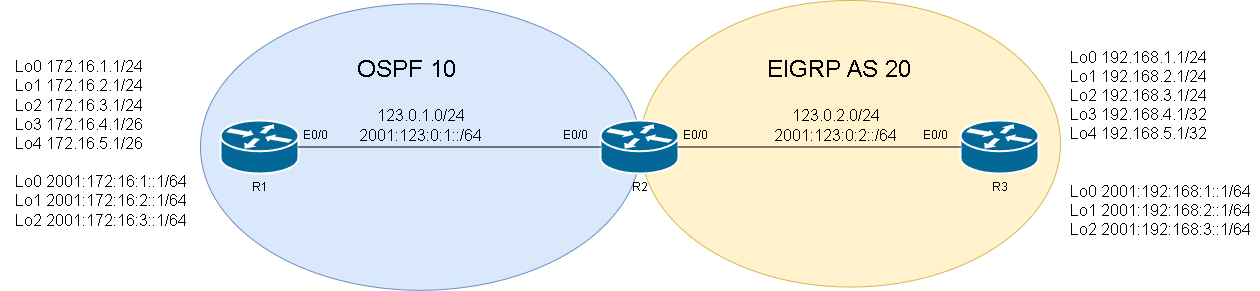
Above: Equipment-operation/Cisco/Router/OSPF/Image/Route filter.png in Lai920123/Network-Engineering-Tutorials (draw.io), before the change. Source tidied: cells renumbered, new cells last; positions are measured from the earlier drawing's top-left corner, leaving out a move shared by most shapes. The source it was exported from:
```xml
<mxGraphModel>
  <root>
    <mxCell id="0" />
    <mxCell id="1" parent="0" />
    <mxCell id="2" style="ellipse;whiteSpace=wrap;html=1;fillColor=#fff2cc;strokeColor=#d6b656;" parent="1" vertex="1">
      <mxGeometry x="640" width="420" height="286.5" as="geometry" />
    </mxCell>
    <mxCell id="3" style="ellipse;whiteSpace=wrap;html=1;fillColor=#dae8fc;strokeColor=#6c8ebf;" parent="1" vertex="1">
      <mxGeometry x="200" y="3.2" width="440" height="286.5" as="geometry" />
    </mxCell>
    <mxCell id="4" value="R2" style="shape=mxgraph.cisco.routers.router;sketch=0;html=1;dashed=0;fillColor=#036897;strokeColor=#ffffff;strokeWidth=2;verticalLabelPosition=bottom;verticalAlign=top;align=center;outlineConnect=0;" parent="1" vertex="1">
      <mxGeometry x="600" y="120" width="78" height="53" as="geometry" />
    </mxCell>
    <mxCell id="5" value="R3" style="shape=mxgraph.cisco.routers.router;sketch=0;html=1;dashed=0;fillColor=#036897;strokeColor=#ffffff;strokeWidth=2;verticalLabelPosition=bottom;verticalAlign=top;align=center;outlineConnect=0;" parent="1" vertex="1">
      <mxGeometry x="960" y="120" width="78" height="53" as="geometry" />
    </mxCell>
    <mxCell id="6" value="R1" style="shape=mxgraph.cisco.routers.router;sketch=0;html=1;dashed=0;fillColor=#036897;strokeColor=#ffffff;strokeWidth=2;verticalLabelPosition=bottom;verticalAlign=top;align=center;outlineConnect=0;" parent="1" vertex="1">
      <mxGeometry x="220" y="120" width="78" height="53" as="geometry" />
    </mxCell>
    <mxCell id="7" style="endArrow=none;html=1;rounded=0;exitX=1;exitY=0.5;exitDx=0;exitDy=0;exitPerimeter=0;entryX=0;entryY=0.5;entryDx=0;entryDy=0;entryPerimeter=0;" parent="1" edge="1" source="6" target="4">
      <mxGeometry relative="1" as="geometry" />
    </mxCell>
    <mxCell id="8" style="endArrow=none;html=1;rounded=0;exitX=1;exitY=0.5;exitDx=0;exitDy=0;exitPerimeter=0;entryX=0;entryY=0.5;entryDx=0;entryDy=0;entryPerimeter=0;" parent="1" edge="1" source="4" target="5">
      <mxGeometry relative="1" as="geometry" />
    </mxCell>
    <mxCell id="9" value="&lt;font style=&quot;font-size: 24px;&quot;&gt;OSPF 10&amp;nbsp;&lt;/font&gt;" style="text;html=1;align=left;verticalAlign=middle;strokeColor=none;fillColor=none;" parent="1" vertex="1">
      <mxGeometry x="355" y="50" width="130" height="40" as="geometry" />
    </mxCell>
    <mxCell id="10" value="&lt;font style=&quot;font-size: 24px;&quot;&gt;EIGRP AS 20&lt;/font&gt;" style="text;html=1;align=left;verticalAlign=middle;strokeColor=none;fillColor=none;" parent="1" vertex="1">
      <mxGeometry x="765" y="50" width="170" height="40" as="geometry" />
    </mxCell>
    <mxCell id="11" value="E0/0" style="text;html=1;align=center;verticalAlign=middle;strokeColor=none;fillColor=none;" parent="1" vertex="1">
      <mxGeometry x="290" y="120" width="50" height="30" as="geometry" />
    </mxCell>
    <mxCell id="12" value="E0/0" style="text;html=1;align=center;verticalAlign=middle;strokeColor=none;fillColor=none;" parent="1" vertex="1">
      <mxGeometry x="550" y="120" width="50" height="30" as="geometry" />
    </mxCell>
    <mxCell id="13" value="E0/0" style="text;html=1;align=center;verticalAlign=middle;strokeColor=none;fillColor=none;" parent="1" vertex="1">
      <mxGeometry x="670" y="120" width="50" height="30" as="geometry" />
    </mxCell>
    <mxCell id="14" value="E0/0" style="text;html=1;align=center;verticalAlign=middle;strokeColor=none;fillColor=none;" parent="1" vertex="1">
      <mxGeometry x="910" y="120" width="50" height="30" as="geometry" />
    </mxCell>
    <mxCell id="15" value="&lt;font style=&quot;font-size: 16px;&quot;&gt;123.0.1.0/24&lt;br&gt;2001:123:0:1::/64&lt;br&gt;&lt;/font&gt;" style="text;html=1;align=center;verticalAlign=middle;strokeColor=none;fillColor=none;" parent="1" vertex="1">
      <mxGeometry x="345" y="100" width="150" height="50" as="geometry" />
    </mxCell>
    <mxCell id="16" value="&lt;font style=&quot;font-size: 16px;&quot;&gt;123.0.2.0/24&lt;br&gt;2001:123:0:2::/64&lt;br&gt;&lt;/font&gt;" style="text;html=1;align=center;verticalAlign=middle;strokeColor=none;fillColor=none;" parent="1" vertex="1">
      <mxGeometry x="760" y="100" width="150" height="50" as="geometry" />
    </mxCell>
    <mxCell id="17" value="&lt;div style=&quot;text-align: left;&quot;&gt;&lt;span style=&quot;font-size: 16px; background-color: initial;&quot;&gt;Lo0 172.16.1.1/24&lt;/span&gt;&lt;/div&gt;&lt;font style=&quot;&quot;&gt;&lt;div style=&quot;font-size: 16px; text-align: left;&quot;&gt;&lt;span style=&quot;background-color: initial;&quot;&gt;Lo1 172.16.2.1/24&lt;/span&gt;&lt;/div&gt;&lt;div style=&quot;font-size: 16px; text-align: left;&quot;&gt;&lt;span style=&quot;background-color: initial;&quot;&gt;Lo2 172.16.3.1/24&lt;/span&gt;&lt;/div&gt;&lt;div style=&quot;font-size: 16px; text-align: left;&quot;&gt;&lt;div style=&quot;border-color: var(--border-color);&quot;&gt;Lo3 172.16.4.1/26&lt;/div&gt;&lt;div style=&quot;border-color: var(--border-color);&quot;&gt;&lt;span style=&quot;border-color: var(--border-color); background-color: initial;&quot;&gt;Lo4 172.16.5.1/26&lt;/span&gt;&lt;/div&gt;&lt;/div&gt;&lt;div style=&quot;text-align: left;&quot;&gt;&lt;span style=&quot;font-size: 16px;&quot;&gt;&lt;br&gt;&lt;/span&gt;&lt;/div&gt;&lt;span style=&quot;font-size: 16px;&quot;&gt;&lt;div style=&quot;text-align: left;&quot;&gt;&lt;span style=&quot;background-color: initial;&quot;&gt;Lo0 2001:172:16:1::1/64&lt;/span&gt;&lt;/div&gt;&lt;/span&gt;&lt;span style=&quot;font-size: 16px;&quot;&gt;&lt;div style=&quot;text-align: left;&quot;&gt;&lt;span style=&quot;background-color: initial;&quot;&gt;Lo1 2001:172:16:2::1/64&lt;/span&gt;&lt;/div&gt;&lt;/span&gt;&lt;span style=&quot;font-size: 16px;&quot;&gt;&lt;div style=&quot;text-align: left;&quot;&gt;&lt;span style=&quot;background-color: initial;&quot;&gt;Lo2 2001:172:16:3::1/64&lt;/span&gt;&lt;/div&gt;&lt;/span&gt;&lt;/font&gt;" style="text;html=1;align=center;verticalAlign=middle;strokeColor=none;fillColor=none;" parent="1" vertex="1">
      <mxGeometry y="48.2" width="200" height="190" as="geometry" />
    </mxCell>
    <mxCell id="18" value="&lt;div style=&quot;text-align: left;&quot;&gt;&lt;span style=&quot;font-size: 16px; background-color: initial;&quot;&gt;Lo0 192.168.1.1/24&lt;/span&gt;&lt;/div&gt;&lt;font style=&quot;&quot;&gt;&lt;div style=&quot;font-size: 16px; text-align: left;&quot;&gt;&lt;span style=&quot;background-color: initial;&quot;&gt;Lo1 192.168.2.1/24&lt;/span&gt;&lt;/div&gt;&lt;div style=&quot;font-size: 16px; text-align: left;&quot;&gt;&lt;span style=&quot;background-color: initial;&quot;&gt;Lo2 192.168.3.1/24&lt;/span&gt;&lt;/div&gt;&lt;div style=&quot;font-size: 16px; text-align: left;&quot;&gt;&lt;div style=&quot;border-color: var(--border-color);&quot;&gt;Lo3 192.168.4.1/32&lt;/div&gt;&lt;font style=&quot;border-color: var(--border-color);&quot;&gt;&lt;div style=&quot;border-color: var(--border-color);&quot;&gt;&lt;span style=&quot;border-color: var(--border-color); background-color: initial;&quot;&gt;Lo4 192.168.5.1/32&lt;/span&gt;&lt;/div&gt;&lt;div&gt;&lt;span style=&quot;border-color: var(--border-color); background-color: initial;&quot;&gt;&lt;br&gt;&lt;/span&gt;&lt;/div&gt;&lt;/font&gt;&lt;/div&gt;&lt;div style=&quot;text-align: left;&quot;&gt;&lt;span style=&quot;font-size: 16px;&quot;&gt;&lt;br&gt;&lt;/span&gt;&lt;/div&gt;&lt;span style=&quot;font-size: 16px;&quot;&gt;&lt;div style=&quot;text-align: left;&quot;&gt;&lt;span style=&quot;background-color: initial;&quot;&gt;Lo0 2001:192:168:1::1/64&lt;/span&gt;&lt;/div&gt;&lt;/span&gt;&lt;span style=&quot;font-size: 16px;&quot;&gt;&lt;div style=&quot;text-align: left;&quot;&gt;&lt;span style=&quot;background-color: initial;&quot;&gt;Lo1 2001:192:168:2::1/64&lt;/span&gt;&lt;/div&gt;&lt;/span&gt;&lt;span style=&quot;font-size: 16px;&quot;&gt;&lt;div style=&quot;text-align: left;&quot;&gt;&lt;span style=&quot;background-color: initial;&quot;&gt;Lo2 2001:192:168:3::1/64&lt;/span&gt;&lt;/div&gt;&lt;/span&gt;&lt;/font&gt;" style="text;html=1;align=center;verticalAlign=middle;strokeColor=none;fillColor=none;" parent="1" vertex="1">
      <mxGeometry x="1060" y="38.2" width="200" height="210" as="geometry" />
    </mxCell>
  </root>
</mxGraphModel>
```
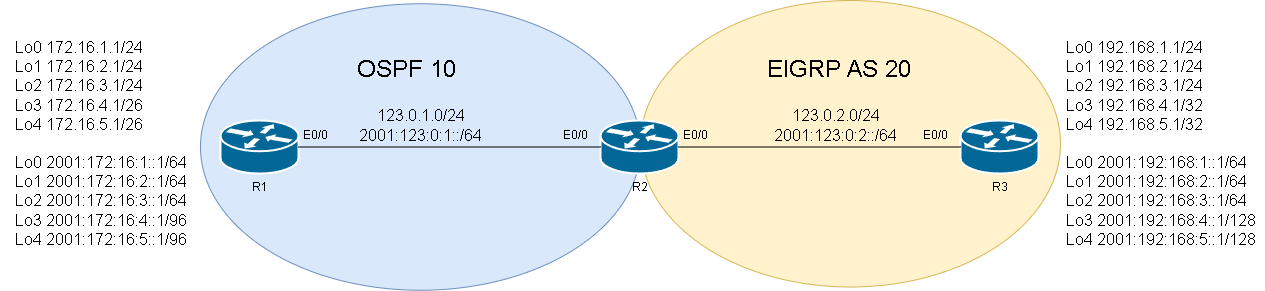
The same file after the commit.

The edit, as a diff of the source:
```diff
@@ -47,11 +47,11 @@
     <mxCell id="16" value="&lt;font style=&quot;font-size: 16px;&quot;&gt;123.0.2.0/24&lt;br&gt;2001:123:0:2::/64&lt;br&gt;&lt;/font&gt;" style="text;html=1;align=center;verticalAlign=middle;strokeColor=none;fillColor=none;" parent="1" vertex="1">
       <mxGeometry x="760" y="100" width="150" height="50" as="geometry" />
     </mxCell>
-    <mxCell id="17" value="&lt;div style=&quot;text-align: left;&quot;&gt;&lt;span style=&quot;font-size: 16px; background-color: initial;&quot;&gt;Lo0 172.16.1.1/24&lt;/span&gt;&lt;/div&gt;&lt;font style=&quot;&quot;&gt;&lt;div style=&quot;font-size: 16px; text-align: left;&quot;&gt;&lt;span style=&quot;background-color: initial;&quot;&gt;Lo1 172.16.2.1/24&lt;/span&gt;&lt;/div&gt;&lt;div style=&quot;font-size: 16px; text-align: left;&quot;&gt;&lt;span style=&quot;background-color: initial;&quot;&gt;Lo2 172.16.3.1/24&lt;/span&gt;&lt;/div&gt;&lt;div style=&quot;font-size: 16px; text-align: left;&quot;&gt;&lt;div style=&quot;border-color: var(--border-color);&quot;&gt;Lo3 172.16.4.1/26&lt;/div&gt;&lt;div style=&quot;border-color: var(--border-color);&quot;&gt;&lt;span style=&quot;border-color: var(--border-color); background-color: initial;&quot;&gt;Lo4 172.16.5.1/26&lt;/span&gt;&lt;/div&gt;&lt;/div&gt;&lt;div style=&quot;text-align: left;&quot;&gt;&lt;span style=&quot;font-size: 16px;&quot;&gt;&lt;br&gt;&lt;/span&gt;&lt;/div&gt;&lt;span style=&quot;font-size: 16px;&quot;&gt;&lt;div style=&quot;text-align: left;&quot;&gt;&lt;span style=&quot;background-color: initial;&quot;&gt;Lo0 2001:172:16:1::1/64&lt;/span&gt;&lt;/div&gt;&lt;/span&gt;&lt;span style=&quot;font-size: 16px;&quot;&gt;&lt;div style=&quot;text-align: left;&quot;&gt;&lt;span style=&quot;background-color: initial;&quot;&gt;Lo1 2001:172:16:2::1/64&lt;/span&gt;&lt;/div&gt;&lt;/span&gt;&lt;span style=&quot;font-size: 16px;&quot;&gt;&lt;div style=&quot;text-align: left;&quot;&gt;&lt;span style=&quot;background-color: initial;&quot;&gt;Lo2 2001:172:16:3::1/64&lt;/span&gt;&lt;/div&gt;&lt;/span&gt;&lt;/font&gt;" style="text;html=1;align=center;verticalAlign=middle;strokeColor=none;fillColor=none;" parent="1" vertex="1">
-      <mxGeometry y="48.2" width="200" height="190" as="geometry" />
+    <mxCell id="17" value="&lt;div style=&quot;text-align: left;&quot;&gt;&lt;span style=&quot;font-size: 16px; background-color: initial;&quot;&gt;Lo0 172.16.1.1/24&lt;/span&gt;&lt;/div&gt;&lt;font style=&quot;&quot;&gt;&lt;div style=&quot;font-size: 16px; text-align: left;&quot;&gt;&lt;span style=&quot;background-color: initial;&quot;&gt;Lo1 172.16.2.1/24&lt;/span&gt;&lt;/div&gt;&lt;div style=&quot;font-size: 16px; text-align: left;&quot;&gt;&lt;span style=&quot;background-color: initial;&quot;&gt;Lo2 172.16.3.1/24&lt;/span&gt;&lt;/div&gt;&lt;div style=&quot;text-align: left;&quot;&gt;&lt;span style=&quot;font-size: 16px;&quot;&gt;Lo3 172.16.4.1/26&amp;nbsp;&lt;/span&gt;&lt;/div&gt;&lt;div style=&quot;text-align: left;&quot;&gt;&lt;span style=&quot;font-size: 16px;&quot;&gt;Lo4 172.16.5.1/26&lt;/span&gt;&lt;/div&gt;&lt;div style=&quot;text-align: left;&quot;&gt;&lt;span style=&quot;font-size: 16px;&quot;&gt;&lt;br&gt;&lt;/span&gt;&lt;/div&gt;&lt;span style=&quot;font-size: 16px;&quot;&gt;&lt;div style=&quot;text-align: left;&quot;&gt;&lt;span style=&quot;background-color: initial;&quot;&gt;Lo0 2001:172:16:1::1/64&lt;/span&gt;&lt;/div&gt;&lt;/span&gt;&lt;span style=&quot;font-size: 16px;&quot;&gt;&lt;div style=&quot;text-align: left;&quot;&gt;&lt;span style=&quot;background-color: initial;&quot;&gt;Lo1 2001:172:16:2::1/64&lt;/span&gt;&lt;/div&gt;&lt;/span&gt;&lt;span style=&quot;font-size: 16px;&quot;&gt;&lt;div style=&quot;text-align: left;&quot;&gt;&lt;span style=&quot;background-color: initial;&quot;&gt;Lo2 2001:172:16:3::1/64&lt;/span&gt;&lt;/div&gt;&lt;div style=&quot;text-align: left;&quot;&gt;&lt;span style=&quot;background-color: initial;&quot;&gt;Lo3 2001:172:16:4::1/96&lt;/span&gt;&lt;/div&gt;&lt;div style=&quot;text-align: left;&quot;&gt;&lt;span style=&quot;background-color: initial;&quot;&gt;Lo4 2001:172:16:5::1/96&lt;/span&gt;&lt;/div&gt;&lt;/span&gt;&lt;/font&gt;" style="text;html=1;align=center;verticalAlign=middle;strokeColor=none;fillColor=none;" parent="1" vertex="1">
+      <mxGeometry y="33.2" width="200" height="220" as="geometry" />
     </mxCell>
-    <mxCell id="18" value="&lt;div style=&quot;text-align: left;&quot;&gt;&lt;span style=&quot;font-size: 16px; background-color: initial;&quot;&gt;Lo0 192.168.1.1/24&lt;/span&gt;&lt;/div&gt;&lt;font style=&quot;&quot;&gt;&lt;div style=&quot;font-size: 16px; text-align: left;&quot;&gt;&lt;span style=&quot;background-color: initial;&quot;&gt;Lo1 192.168.2.1/24&lt;/span&gt;&lt;/div&gt;&lt;div style=&quot;font-size: 16px; text-align: left;&quot;&gt;&lt;span style=&quot;background-color: initial;&quot;&gt;Lo2 192.168.3.1/24&lt;/span&gt;&lt;/div&gt;&lt;div style=&quot;font-size: 16px; text-align: left;&quot;&gt;&lt;div style=&quot;border-color: var(--border-color);&quot;&gt;Lo3 192.168.4.1/32&lt;/div&gt;&lt;font style=&quot;border-color: var(--border-color);&quot;&gt;&lt;div style=&quot;border-color: var(--border-color);&quot;&gt;&lt;span style=&quot;border-color: var(--border-color); background-color: initial;&quot;&gt;Lo4 192.168.5.1/32&lt;/span&gt;&lt;/div&gt;&lt;div&gt;&lt;span style=&quot;border-color: var(--border-color); background-color: initial;&quot;&gt;&lt;br&gt;&lt;/span&gt;&lt;/div&gt;&lt;/font&gt;&lt;/div&gt;&lt;div style=&quot;text-align: left;&quot;&gt;&lt;span style=&quot;font-size: 16px;&quot;&gt;&lt;br&gt;&lt;/span&gt;&lt;/div&gt;&lt;span style=&quot;font-size: 16px;&quot;&gt;&lt;div style=&quot;text-align: left;&quot;&gt;&lt;span style=&quot;background-color: initial;&quot;&gt;Lo0 2001:192:168:1::1/64&lt;/span&gt;&lt;/div&gt;&lt;/span&gt;&lt;span style=&quot;font-size: 16px;&quot;&gt;&lt;div style=&quot;text-align: left;&quot;&gt;&lt;span style=&quot;background-color: initial;&quot;&gt;Lo1 2001:192:168:2::1/64&lt;/span&gt;&lt;/div&gt;&lt;/span&gt;&lt;span style=&quot;font-size: 16px;&quot;&gt;&lt;div style=&quot;text-align: left;&quot;&gt;&lt;span style=&quot;background-color: initial;&quot;&gt;Lo2 2001:192:168:3::1/64&lt;/span&gt;&lt;/div&gt;&lt;/span&gt;&lt;/font&gt;" style="text;html=1;align=center;verticalAlign=middle;strokeColor=none;fillColor=none;" parent="1" vertex="1">
-      <mxGeometry x="1060" y="38.2" width="200" height="210" as="geometry" />
+    <mxCell id="18" value="&lt;div style=&quot;text-align: left;&quot;&gt;&lt;span style=&quot;font-size: 16px; background-color: initial;&quot;&gt;Lo0 192.168.1.1/24&lt;/span&gt;&lt;/div&gt;&lt;font style=&quot;&quot;&gt;&lt;div style=&quot;font-size: 16px; text-align: left;&quot;&gt;&lt;span style=&quot;background-color: initial;&quot;&gt;Lo1 192.168.2.1/24&lt;/span&gt;&lt;/div&gt;&lt;div style=&quot;font-size: 16px; text-align: left;&quot;&gt;&lt;span style=&quot;background-color: initial;&quot;&gt;Lo2 192.168.3.1/24&lt;/span&gt;&lt;/div&gt;&lt;div style=&quot;font-size: 16px; text-align: left;&quot;&gt;&lt;span style=&quot;background-color: initial;&quot;&gt;Lo3 192.168.4.1/32&lt;/span&gt;&lt;/div&gt;&lt;div style=&quot;font-size: 16px; text-align: left;&quot;&gt;&lt;span style=&quot;background-color: initial;&quot;&gt;Lo4 192.168.5.1/32&lt;/span&gt;&lt;/div&gt;&lt;div style=&quot;text-align: left;&quot;&gt;&lt;span style=&quot;font-size: 16px;&quot;&gt;&lt;br&gt;&lt;/span&gt;&lt;/div&gt;&lt;span style=&quot;font-size: 16px;&quot;&gt;&lt;div style=&quot;text-align: left;&quot;&gt;&lt;span style=&quot;background-color: initial;&quot;&gt;Lo0 2001:192:168:1::1/64&lt;/span&gt;&lt;/div&gt;&lt;/span&gt;&lt;span style=&quot;font-size: 16px;&quot;&gt;&lt;div style=&quot;text-align: left;&quot;&gt;&lt;span style=&quot;background-color: initial;&quot;&gt;Lo1 2001:192:168:2::1/64&lt;/span&gt;&lt;/div&gt;&lt;/span&gt;&lt;span style=&quot;font-size: 16px;&quot;&gt;&lt;div style=&quot;text-align: left;&quot;&gt;&lt;span style=&quot;background-color: initial;&quot;&gt;Lo2 2001:192:168:3::1/64&lt;/span&gt;&lt;/div&gt;&lt;div style=&quot;text-align: left;&quot;&gt;&lt;span style=&quot;background-color: initial;&quot;&gt;Lo3 2001:192:168:4::1/128&lt;/span&gt;&lt;/div&gt;&lt;div style=&quot;text-align: left;&quot;&gt;&lt;span style=&quot;background-color: initial;&quot;&gt;Lo4 2001:192:168:5::1/128&lt;/span&gt;&lt;/div&gt;&lt;/span&gt;&lt;/font&gt;" style="text;html=1;align=center;verticalAlign=middle;strokeColor=none;fillColor=none;" parent="1" vertex="1">
+      <mxGeometry x="1055" y="33.2" width="210" height="220" as="geometry" />
     </mxCell>
   </root>
 </mxGraphModel>
```
